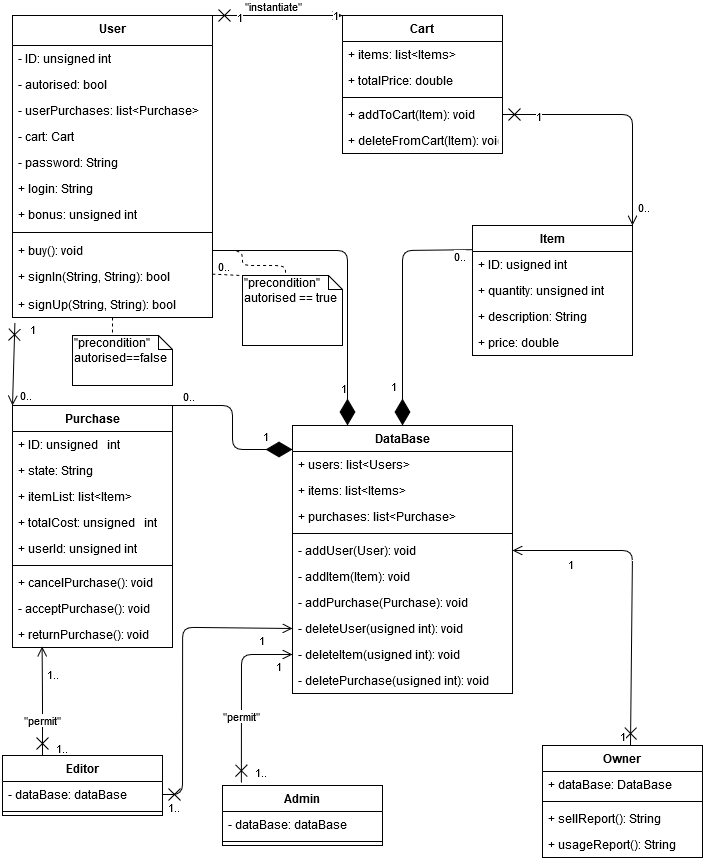
The draw.io diagram Схемы/UML/png/class.png in Derzhavin/SDaAoSS, before a commit. Source tidied: cells renumbered, new cells last; positions are measured from the earlier drawing's top-left corner, leaving out a move shared by most shapes.
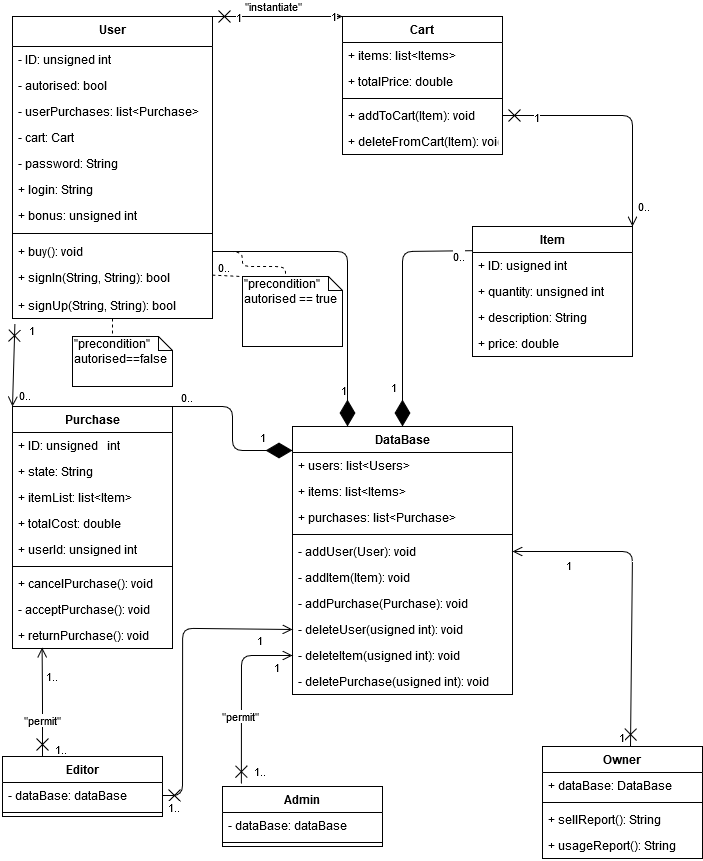
The same diagram one commit later.

The edit, as a diff of the source:
```diff
@@ -41,16 +41,16 @@
     <mxCell id="14" style="endArrow=open;startArrow=cross;endFill=0;startFill=0;endSize=8;startSize=10;html=1;exitX=0.012;exitY=1.199;exitDx=0;exitDy=0;exitPerimeter=0;entryX=0;entryY=0;entryDx=0;entryDy=0;" parent="1" edge="1" source="13" target="24">
       <mxGeometry relative="1" as="geometry" />
     </mxCell>
-    <mxCell id="15" value="0.." style="edgeLabel;html=1;align=center;verticalAlign=middle;" parent="14" vertex="1">
-      <mxGeometry x="0.71" y="1" relative="1" as="geometry">
-        <mxPoint x="9.9" as="offset" />
-      </mxGeometry>
-    </mxCell>
-    <mxCell id="16" value="1" style="edgeLabel;html=1;align=center;verticalAlign=middle;" parent="14" vertex="1">
-      <mxGeometry x="-0.86" y="-1" relative="1" as="geometry">
-        <mxPoint x="16.9" as="offset" />
-      </mxGeometry>
-    </mxCell>
+    <mxCell id="95" value="0.." style="edgeLabel;html=1;align=center;verticalAlign=middle;" parent="14" vertex="1">
+      <mxGeometry x="0.71" y="1" relative="1" as="geometry">
+        <mxPoint x="9.9" as="offset" />
+      </mxGeometry>
+    </mxCell>
+    <mxCell id="96" value="1" style="edgeLabel;html=1;align=center;verticalAlign=middle;" parent="14" vertex="1">
+      <mxGeometry x="-0.86" y="-1" relative="1" as="geometry">
+        <mxPoint x="16.9" as="offset" />
+      </mxGeometry>
+    </mxCell>
     <mxCell id="17" style="endArrow=open;startArrow=cross;endFill=0;startFill=0;endSize=8;startSize=10;html=1;exitX=1;exitY=0.5;exitDx=0;exitDy=0;entryX=1;entryY=0;entryDx=0;entryDy=0;" parent="1" edge="1" source="38" target="40">
       <mxGeometry relative="1" as="geometry">
         <Array as="points">
@@ -58,29 +58,29 @@
         </Array>
       </mxGeometry>
     </mxCell>
-    <mxCell id="18" value="1" style="edgeLabel;html=1;align=center;verticalAlign=middle;" parent="17" vertex="1">
-      <mxGeometry x="-0.86" y="-1" relative="1" as="geometry">
-        <mxPoint x="16.9" as="offset" />
-      </mxGeometry>
-    </mxCell>
-    <mxCell id="19" value="0.." style="edgeLabel;html=1;align=center;verticalAlign=middle;" parent="17" vertex="1">
-      <mxGeometry x="0.8" y="-1" relative="1" as="geometry">
-        <mxPoint x="11" y="4.3" as="offset" />
-      </mxGeometry>
-    </mxCell>
+    <mxCell id="97" value="1" style="edgeLabel;html=1;align=center;verticalAlign=middle;" parent="17" vertex="1">
+      <mxGeometry x="-0.86" y="-1" relative="1" as="geometry">
+        <mxPoint x="16.9" as="offset" />
+      </mxGeometry>
+    </mxCell>
+    <mxCell id="98" value="0.." style="edgeLabel;html=1;align=center;verticalAlign=middle;" parent="17" vertex="1">
+      <mxGeometry x="0.8" y="-1" relative="1" as="geometry">
+        <mxPoint x="11" y="4.3" as="offset" />
+      </mxGeometry>
+    </mxCell>
     <mxCell id="20" style="endArrow=open;startArrow=cross;endFill=0;startFill=0;endSize=8;startSize=10;html=1;exitX=1;exitY=0;exitDx=0;exitDy=0;entryX=0;entryY=0;entryDx=0;entryDy=0;" parent="1" edge="1" source="2" target="34">
       <mxGeometry relative="1" as="geometry" />
     </mxCell>
-    <mxCell id="21" value="1" style="edgeLabel;html=1;align=center;verticalAlign=middle;" parent="20" vertex="1">
-      <mxGeometry x="0.71" y="1" relative="1" as="geometry">
-        <mxPoint x="9.9" as="offset" />
-      </mxGeometry>
-    </mxCell>
-    <mxCell id="22" value="1" style="edgeLabel;html=1;align=center;verticalAlign=middle;" parent="20" vertex="1">
-      <mxGeometry x="-0.86" y="-1" relative="1" as="geometry">
-        <mxPoint x="16.9" as="offset" />
-      </mxGeometry>
-    </mxCell>
+    <mxCell id="99" value="1" style="edgeLabel;html=1;align=center;verticalAlign=middle;" parent="20" vertex="1">
+      <mxGeometry x="0.71" y="1" relative="1" as="geometry">
+        <mxPoint x="9.9" as="offset" />
+      </mxGeometry>
+    </mxCell>
+    <mxCell id="100" value="1" style="edgeLabel;html=1;align=center;verticalAlign=middle;" parent="20" vertex="1">
+      <mxGeometry x="-0.86" y="-1" relative="1" as="geometry">
+        <mxPoint x="16.9" as="offset" />
+      </mxGeometry>
+    </mxCell>
     <mxCell id="23" value="&quot;instantiate&quot;" style="edgeLabel;html=1;align=center;verticalAlign=middle;" parent="20" vertex="1">
       <mxGeometry x="-0.08" relative="1" as="geometry">
         <mxPoint y="-10" as="offset" />
@@ -98,9 +98,9 @@
     <mxCell id="27" value="+ itemList: list&lt;Item&gt;" style="text;strokeColor=none;fillColor=none;align=left;verticalAlign=top;spacingLeft=4;spacingRight=4;overflow=hidden;" parent="24" vertex="1">
       <mxGeometry y="78" width="160" height="26" as="geometry" />
     </mxCell>
-    <mxCell id="28" value="+ totalCost: unsigned   int" style="text;strokeColor=none;fillColor=none;align=left;verticalAlign=top;spacingLeft=4;spacingRight=4;overflow=hidden;" parent="24" vertex="1">
-      <mxGeometry y="104" width="160" height="26" as="geometry" />
-    </mxCell>
+    <mxCell id="101" value="+ totalCost: double&#10;" style="text;strokeColor=none;fillColor=none;align=left;verticalAlign=top;spacingLeft=4;spacingRight=4;overflow=hidden;" parent="24" vertex="1">
+      <mxGeometry y="104" width="160" height="26" as="geometry" />
+    </mxCell>
     <mxCell id="29" value="+ userId: unsigned int" style="text;strokeColor=none;fillColor=none;align=left;verticalAlign=top;spacingLeft=4;spacingRight=4;overflow=hidden;" parent="24" vertex="1">
       <mxGeometry y="130" width="160" height="26" as="geometry" />
     </mxCell>
@@ -189,36 +189,36 @@
         </Array>
       </mxGeometry>
     </mxCell>
-    <mxCell id="57" value="1" style="edgeLabel;html=1;align=center;verticalAlign=middle;" parent="56" vertex="1">
-      <mxGeometry x="0.76" y="2" relative="1" as="geometry">
-        <mxPoint x="-7" as="offset" />
-      </mxGeometry>
-    </mxCell>
-    <mxCell id="58" value="0.." style="edgeLabel;html=1;align=center;verticalAlign=middle;" parent="56" vertex="1">
-      <mxGeometry x="-0.87" y="-4" relative="1" as="geometry">
-        <mxPoint x="-10" y="11" as="offset" />
-      </mxGeometry>
-    </mxCell>
-    <mxCell id="59" style="endArrow=diamondThin;endFill=1;endSize=24;html=1;exitX=1;exitY=0;exitDx=0;exitDy=0;entryX=0;entryY=0;entryDx=0;entryDy=0;" parent="1" edge="1" source="24">
-      <mxGeometry relative="1" as="geometry">
-        <mxPoint x="290" y="434" as="targetPoint" />
-        <Array as="points">
-          <mxPoint x="230" y="390" />
-          <mxPoint x="230" y="434" />
-          <mxPoint x="260" y="434" />
-        </Array>
-      </mxGeometry>
-    </mxCell>
-    <mxCell id="60" value="0.." style="edgeLabel;html=1;align=center;verticalAlign=middle;" parent="59" vertex="1">
-      <mxGeometry x="-0.84" y="2" relative="1" as="geometry">
-        <mxPoint y="-8" as="offset" />
-      </mxGeometry>
-    </mxCell>
-    <mxCell id="61" value="1" style="edgeLabel;html=1;align=center;verticalAlign=middle;" parent="59" vertex="1">
-      <mxGeometry x="0.59" relative="1" as="geometry">
-        <mxPoint x="3.7" y="-14" as="offset" />
-      </mxGeometry>
-    </mxCell>
+    <mxCell id="102" value="1" style="edgeLabel;html=1;align=center;verticalAlign=middle;" parent="56" vertex="1">
+      <mxGeometry x="0.76" y="2" relative="1" as="geometry">
+        <mxPoint x="-7" as="offset" />
+      </mxGeometry>
+    </mxCell>
+    <mxCell id="103" value="0.." style="edgeLabel;html=1;align=center;verticalAlign=middle;" parent="56" vertex="1">
+      <mxGeometry x="-0.87" y="-4" relative="1" as="geometry">
+        <mxPoint x="-10" y="11" as="offset" />
+      </mxGeometry>
+    </mxCell>
+    <mxCell id="104" style="endArrow=diamondThin;endFill=1;endSize=24;html=1;exitX=1;exitY=0;exitDx=0;exitDy=0;entryX=0;entryY=0;entryDx=0;entryDy=0;" parent="1" edge="1" source="24">
+      <mxGeometry relative="1" as="geometry">
+        <mxPoint x="290" y="434" as="targetPoint" />
+        <Array as="points">
+          <mxPoint x="230" y="390" />
+          <mxPoint x="230" y="434" />
+          <mxPoint x="260" y="434" />
+        </Array>
+      </mxGeometry>
+    </mxCell>
+    <mxCell id="105" value="0.." style="edgeLabel;html=1;align=center;verticalAlign=middle;" parent="104" vertex="1">
+      <mxGeometry x="-0.84" y="2" relative="1" as="geometry">
+        <mxPoint y="-8" as="offset" />
+      </mxGeometry>
+    </mxCell>
+    <mxCell id="106" value="1" style="edgeLabel;html=1;align=center;verticalAlign=middle;" parent="104" vertex="1">
+      <mxGeometry x="0.59" relative="1" as="geometry">
+        <mxPoint x="3.7" y="-14" as="offset" />
+      </mxGeometry>
+    </mxCell>
     <mxCell id="62" style="endArrow=diamondThin;endFill=1;endSize=24;html=1;entryX=0.5;entryY=0;entryDx=0;entryDy=0;exitX=0;exitY=0.186;exitDx=0;exitDy=0;exitPerimeter=0;" parent="1" edge="1" source="40" target="45">
       <mxGeometry relative="1" as="geometry">
         <Array as="points">
@@ -226,16 +226,16 @@
         </Array>
       </mxGeometry>
     </mxCell>
-    <mxCell id="63" value="1" style="edgeLabel;html=1;align=center;verticalAlign=middle;" parent="62" vertex="1">
-      <mxGeometry x="0.64" y="-2" relative="1" as="geometry">
-        <mxPoint x="-8" y="4.4" as="offset" />
-      </mxGeometry>
-    </mxCell>
-    <mxCell id="64" value="0.." style="edgeLabel;html=1;align=center;verticalAlign=middle;" parent="62" vertex="1">
-      <mxGeometry x="-0.89" y="-1" relative="1" as="geometry">
-        <mxPoint y="6.7" as="offset" />
-      </mxGeometry>
-    </mxCell>
+    <mxCell id="107" value="1" style="edgeLabel;html=1;align=center;verticalAlign=middle;" parent="62" vertex="1">
+      <mxGeometry x="0.64" y="-2" relative="1" as="geometry">
+        <mxPoint x="-8" y="4.4" as="offset" />
+      </mxGeometry>
+    </mxCell>
+    <mxCell id="108" value="0.." style="edgeLabel;html=1;align=center;verticalAlign=middle;" parent="62" vertex="1">
+      <mxGeometry x="-0.89" y="-1" relative="1" as="geometry">
+        <mxPoint y="6.7" as="offset" />
+      </mxGeometry>
+    </mxCell>
     <mxCell id="65" value="&lt;div&gt;&quot;precondition&quot;&lt;/div&gt;&lt;div&gt;autorised == true&lt;br&gt;&lt;/div&gt;" style="shape=note;whiteSpace=wrap;html=1;size=14;verticalAlign=top;align=left;spacingTop=-6;" parent="1" vertex="1">
       <mxGeometry x="240" y="260" width="100" height="70" as="geometry" />
     </mxCell>
@@ -251,11 +251,11 @@
         </Array>
       </mxGeometry>
     </mxCell>
-    <mxCell id="68" style="endArrow=none;dashed=1;html=1;" parent="1" edge="1" source="13">
-      <mxGeometry relative="1" as="geometry">
-        <mxPoint x="110" y="321" as="targetPoint" />
-      </mxGeometry>
-    </mxCell>
+    <mxCell id="109" style="endArrow=none;dashed=1;html=1;" parent="1" edge="1" source="13">
+      <mxGeometry relative="1" as="geometry">
+        <mxPoint x="110" y="321" as="targetPoint" />
+      </mxGeometry>
+    </mxCell>
     <mxCell id="69" value="&lt;div&gt;&quot;precondition&quot;&lt;/div&gt;&lt;div&gt;autorised==false&lt;br&gt;&lt;/div&gt;" style="shape=note;whiteSpace=wrap;html=1;size=14;verticalAlign=top;align=left;spacingTop=-6;" parent="1" vertex="1">
       <mxGeometry x="70" y="320" width="100" height="50" as="geometry" />
     </mxCell>
@@ -266,48 +266,48 @@
         </Array>
       </mxGeometry>
     </mxCell>
-    <mxCell id="71" value="1" style="edgeLabel;html=1;align=center;verticalAlign=middle;" parent="70" vertex="1">
-      <mxGeometry x="0.71" y="1" relative="1" as="geometry">
-        <mxPoint x="9.9" y="12" as="offset" />
-      </mxGeometry>
-    </mxCell>
-    <mxCell id="72" value="1.." style="edgeLabel;html=1;align=center;verticalAlign=middle;" parent="70" vertex="1">
-      <mxGeometry x="-0.86" y="-1" relative="1" as="geometry">
-        <mxPoint x="16.9" as="offset" />
-      </mxGeometry>
-    </mxCell>
-    <mxCell id="73" value="&quot;permit&quot;" style="edgeLabel;html=1;align=center;verticalAlign=middle;" parent="70" vertex="1">
-      <mxGeometry x="-0.11" y="1" relative="1" as="geometry">
-        <mxPoint y="12" as="offset" />
-      </mxGeometry>
-    </mxCell>
+    <mxCell id="110" value="1" style="edgeLabel;html=1;align=center;verticalAlign=middle;" parent="70" vertex="1">
+      <mxGeometry x="0.71" y="1" relative="1" as="geometry">
+        <mxPoint x="9.9" y="12" as="offset" />
+      </mxGeometry>
+    </mxCell>
+    <mxCell id="111" value="1.." style="edgeLabel;html=1;align=center;verticalAlign=middle;" parent="70" vertex="1">
+      <mxGeometry x="-0.86" y="-1" relative="1" as="geometry">
+        <mxPoint x="16.9" as="offset" />
+      </mxGeometry>
+    </mxCell>
+    <mxCell id="112" value="&quot;permit&quot;" style="edgeLabel;html=1;align=center;verticalAlign=middle;" parent="70" vertex="1">
+      <mxGeometry x="-0.11" y="1" relative="1" as="geometry">
+        <mxPoint y="12" as="offset" />
+      </mxGeometry>
+    </mxCell>
     <mxCell id="74" value="Admin&#10;" style="swimlane;fontStyle=1;align=center;verticalAlign=top;horizontal=1;startSize=26;" parent="1" vertex="1">
       <mxGeometry x="220" y="770" width="160" height="60" as="geometry" />
     </mxCell>
-    <mxCell id="75" value="- dataBase: dataBase" style="text;strokeColor=none;fillColor=none;align=left;verticalAlign=top;spacingLeft=4;spacingRight=4;overflow=hidden;" parent="74" vertex="1">
-      <mxGeometry y="26" width="160" height="26" as="geometry" />
-    </mxCell>
-    <mxCell id="76" style="line;strokeWidth=1;fillColor=none;align=left;verticalAlign=middle;spacingTop=-1;spacingLeft=3;spacingRight=3;labelPosition=right;" parent="74" vertex="1">
-      <mxGeometry y="52" width="160" height="8" as="geometry" />
-    </mxCell>
-    <mxCell id="77" style="endArrow=open;startArrow=cross;endFill=0;startFill=0;endSize=8;startSize=10;html=1;entryX=0;entryY=0.5;entryDx=0;entryDy=0;exitX=1;exitY=0.5;exitDx=0;exitDy=0;" parent="1" edge="1" source="85" target="53">
-      <mxGeometry relative="1" as="geometry">
-        <Array as="points">
-          <mxPoint x="180" y="779" />
-          <mxPoint x="180.1" y="611.8" />
-        </Array>
-      </mxGeometry>
-    </mxCell>
-    <mxCell id="78" value="1" style="edgeLabel;html=1;align=center;verticalAlign=middle;" parent="77" vertex="1">
-      <mxGeometry x="0.71" y="1" relative="1" as="geometry">
-        <mxPoint x="9.9" y="12" as="offset" />
-      </mxGeometry>
-    </mxCell>
-    <mxCell id="79" value="1.." style="edgeLabel;html=1;align=center;verticalAlign=middle;" parent="77" vertex="1">
-      <mxGeometry x="-0.86" y="-1" relative="1" as="geometry">
-        <mxPoint x="-11" y="12" as="offset" />
-      </mxGeometry>
-    </mxCell>
+    <mxCell id="113" value="- dataBase: dataBase" style="text;strokeColor=none;fillColor=none;align=left;verticalAlign=top;spacingLeft=4;spacingRight=4;overflow=hidden;" parent="74" vertex="1">
+      <mxGeometry y="26" width="160" height="26" as="geometry" />
+    </mxCell>
+    <mxCell id="114" style="line;strokeWidth=1;fillColor=none;align=left;verticalAlign=middle;spacingTop=-1;spacingLeft=3;spacingRight=3;labelPosition=right;" parent="74" vertex="1">
+      <mxGeometry y="52" width="160" height="8" as="geometry" />
+    </mxCell>
+    <mxCell id="115" style="endArrow=open;startArrow=cross;endFill=0;startFill=0;endSize=8;startSize=10;html=1;entryX=0;entryY=0.5;entryDx=0;entryDy=0;exitX=1;exitY=0.5;exitDx=0;exitDy=0;" parent="1" edge="1" source="121" target="53">
+      <mxGeometry relative="1" as="geometry">
+        <Array as="points">
+          <mxPoint x="180" y="779" />
+          <mxPoint x="180.1" y="611.8" />
+        </Array>
+      </mxGeometry>
+    </mxCell>
+    <mxCell id="116" value="1" style="edgeLabel;html=1;align=center;verticalAlign=middle;" parent="115" vertex="1">
+      <mxGeometry x="0.71" y="1" relative="1" as="geometry">
+        <mxPoint x="9.9" y="12" as="offset" />
+      </mxGeometry>
+    </mxCell>
+    <mxCell id="117" value="1.." style="edgeLabel;html=1;align=center;verticalAlign=middle;" parent="115" vertex="1">
+      <mxGeometry x="-0.86" y="-1" relative="1" as="geometry">
+        <mxPoint x="-11" y="12" as="offset" />
+      </mxGeometry>
+    </mxCell>
     <mxCell id="80" style="endArrow=open;startArrow=cross;endFill=0;startFill=0;endSize=8;startSize=10;html=1;exitX=0.25;exitY=0;exitDx=0;exitDy=0;entryX=0.185;entryY=0.962;entryDx=0;entryDy=0;entryPerimeter=0;" parent="1" edge="1" source="84" target="33">
       <mxGeometry relative="1" as="geometry">
         <Array as="points">
@@ -315,30 +315,30 @@
         </Array>
       </mxGeometry>
     </mxCell>
-    <mxCell id="81" value="1.." style="edgeLabel;html=1;align=center;verticalAlign=middle;" parent="80" vertex="1">
-      <mxGeometry x="0.71" y="1" relative="1" as="geometry">
-        <mxPoint x="9.9" y="12" as="offset" />
-      </mxGeometry>
-    </mxCell>
-    <mxCell id="82" value="1.." style="edgeLabel;html=1;align=center;verticalAlign=middle;" parent="80" vertex="1">
-      <mxGeometry x="-0.86" y="-1" relative="1" as="geometry">
-        <mxPoint x="16.9" as="offset" />
-      </mxGeometry>
-    </mxCell>
-    <mxCell id="83" value="&quot;permit&quot;" style="edgeLabel;html=1;align=center;verticalAlign=middle;" parent="80" vertex="1">
-      <mxGeometry x="-0.11" y="1" relative="1" as="geometry">
-        <mxPoint y="12" as="offset" />
-      </mxGeometry>
-    </mxCell>
+    <mxCell id="118" value="1.." style="edgeLabel;html=1;align=center;verticalAlign=middle;" parent="80" vertex="1">
+      <mxGeometry x="0.71" y="1" relative="1" as="geometry">
+        <mxPoint x="9.9" y="12" as="offset" />
+      </mxGeometry>
+    </mxCell>
+    <mxCell id="119" value="1.." style="edgeLabel;html=1;align=center;verticalAlign=middle;" parent="80" vertex="1">
+      <mxGeometry x="-0.86" y="-1" relative="1" as="geometry">
+        <mxPoint x="16.9" as="offset" />
+      </mxGeometry>
+    </mxCell>
+    <mxCell id="120" value="&quot;permit&quot;" style="edgeLabel;html=1;align=center;verticalAlign=middle;" parent="80" vertex="1">
+      <mxGeometry x="-0.11" y="1" relative="1" as="geometry">
+        <mxPoint y="12" as="offset" />
+      </mxGeometry>
+    </mxCell>
     <mxCell id="84" value="Editor" style="swimlane;fontStyle=1;align=center;verticalAlign=top;horizontal=1;startSize=26;" parent="1" vertex="1">
       <mxGeometry y="740" width="160" height="60" as="geometry" />
     </mxCell>
-    <mxCell id="85" value="- dataBase: dataBase" style="text;strokeColor=none;fillColor=none;align=left;verticalAlign=top;spacingLeft=4;spacingRight=4;overflow=hidden;points=[[0,0.5],[1,0.5]];portConstraint=eastwest;" parent="84" vertex="1">
-      <mxGeometry y="26" width="160" height="26" as="geometry" />
-    </mxCell>
-    <mxCell id="86" style="line;strokeWidth=1;fillColor=none;align=left;verticalAlign=middle;spacingTop=-1;spacingLeft=3;spacingRight=3;labelPosition=right;" parent="84" vertex="1">
-      <mxGeometry y="52" width="160" height="8" as="geometry" />
-    </mxCell>
+    <mxCell id="121" value="- dataBase: dataBase" style="text;strokeColor=none;fillColor=none;align=left;verticalAlign=top;spacingLeft=4;spacingRight=4;overflow=hidden;points=[[0,0.5],[1,0.5]];portConstraint=eastwest;" parent="84" vertex="1">
+      <mxGeometry y="26" width="160" height="26" as="geometry" />
+    </mxCell>
+    <mxCell id="122" style="line;strokeWidth=1;fillColor=none;align=left;verticalAlign=middle;spacingTop=-1;spacingLeft=3;spacingRight=3;labelPosition=right;" parent="84" vertex="1">
+      <mxGeometry y="52" width="160" height="8" as="geometry" />
+    </mxCell>
     <mxCell id="87" style="endArrow=open;startArrow=cross;endFill=0;startFill=0;endSize=8;startSize=10;html=1;entryX=1;entryY=0.5;entryDx=0;entryDy=0;exitX=0.55;exitY=0;exitDx=0;exitDy=0;exitPerimeter=0;" parent="1" edge="1" source="90" target="50">
       <mxGeometry relative="1" as="geometry">
         <Array as="points">
@@ -346,25 +346,25 @@
         </Array>
       </mxGeometry>
     </mxCell>
-    <mxCell id="88" value="1" style="edgeLabel;html=1;align=center;verticalAlign=middle;" parent="87" vertex="1">
-      <mxGeometry x="0.71" y="1" relative="1" as="geometry">
-        <mxPoint x="9.9" y="12" as="offset" />
-      </mxGeometry>
-    </mxCell>
-    <mxCell id="89" value="1" style="edgeLabel;html=1;align=center;verticalAlign=middle;" parent="87" vertex="1">
-      <mxGeometry x="-0.86" y="-1" relative="1" as="geometry">
-        <mxPoint x="-11" y="12" as="offset" />
-      </mxGeometry>
-    </mxCell>
+    <mxCell id="123" value="1" style="edgeLabel;html=1;align=center;verticalAlign=middle;" parent="87" vertex="1">
+      <mxGeometry x="0.71" y="1" relative="1" as="geometry">
+        <mxPoint x="9.9" y="12" as="offset" />
+      </mxGeometry>
+    </mxCell>
+    <mxCell id="124" value="1" style="edgeLabel;html=1;align=center;verticalAlign=middle;" parent="87" vertex="1">
+      <mxGeometry x="-0.86" y="-1" relative="1" as="geometry">
+        <mxPoint x="-11" y="12" as="offset" />
+      </mxGeometry>
+    </mxCell>
     <mxCell id="90" value="Owner" style="swimlane;fontStyle=1;align=center;verticalAlign=top;horizontal=1;startSize=26;" parent="1" vertex="1">
       <mxGeometry x="540" y="730" width="160" height="112" as="geometry" />
     </mxCell>
     <mxCell id="91" value="+ dataBase: DataBase" style="text;strokeColor=none;fillColor=none;align=left;verticalAlign=top;spacingLeft=4;spacingRight=4;overflow=hidden;" parent="90" vertex="1">
       <mxGeometry y="26" width="160" height="26" as="geometry" />
     </mxCell>
-    <mxCell id="92" style="line;strokeWidth=1;fillColor=none;align=left;verticalAlign=middle;spacingTop=-1;spacingLeft=3;spacingRight=3;labelPosition=right;" parent="90" vertex="1">
-      <mxGeometry y="52" width="160" height="8" as="geometry" />
-    </mxCell>
+    <mxCell id="125" style="line;strokeWidth=1;fillColor=none;align=left;verticalAlign=middle;spacingTop=-1;spacingLeft=3;spacingRight=3;labelPosition=right;" parent="90" vertex="1">
+      <mxGeometry y="52" width="160" height="8" as="geometry" />
+    </mxCell>
     <mxCell id="93" value="+ sellReport(): String" style="text;strokeColor=none;fillColor=none;align=left;verticalAlign=top;spacingLeft=4;spacingRight=4;overflow=hidden;" parent="90" vertex="1">
       <mxGeometry y="60" width="160" height="26" as="geometry" />
     </mxCell>
```
